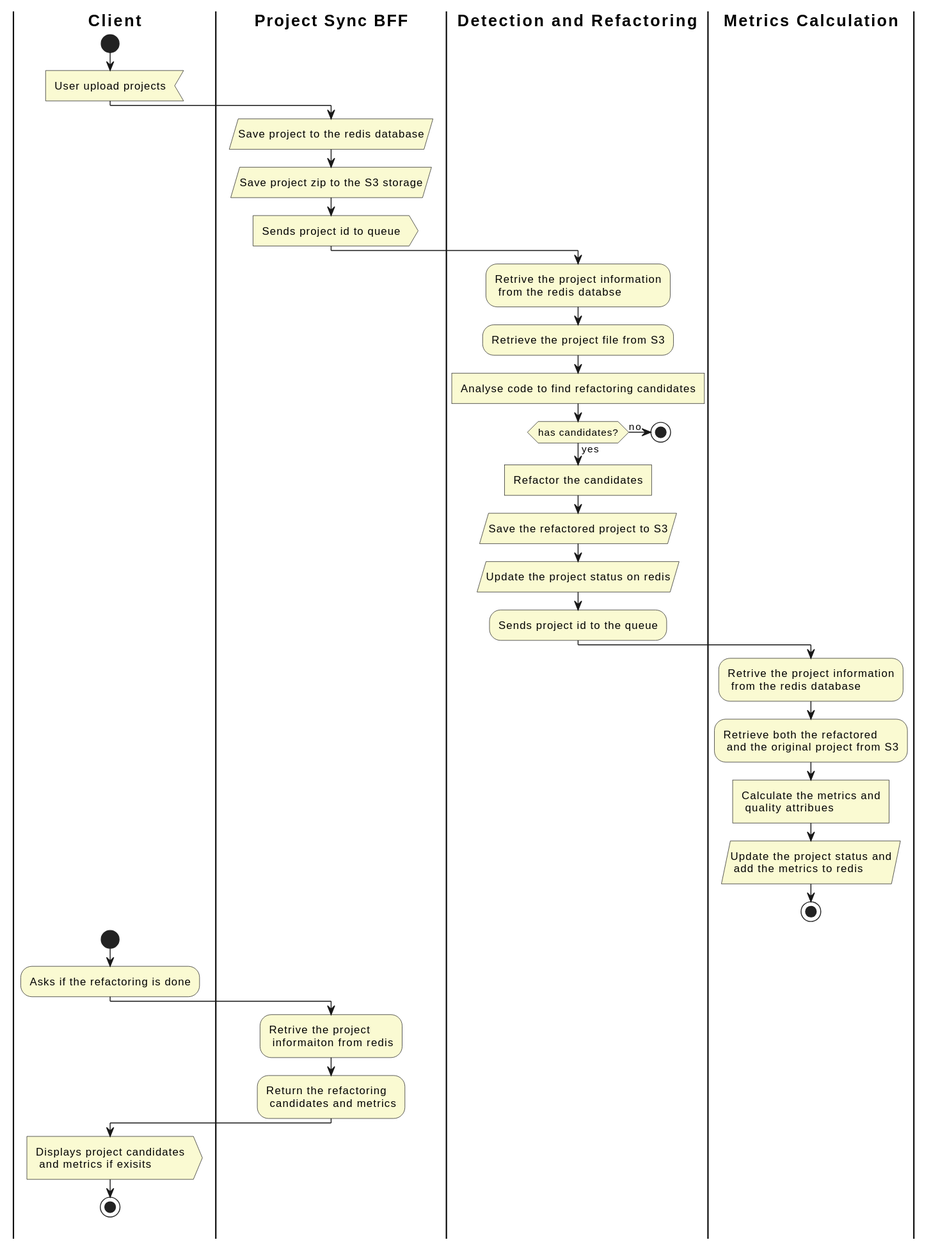
This is Chapter-5/Figures/activity-refactored-rmt.svg from magnuspedro/Master-Thesis, a PlantUML export, as it was before one commit. The source it was exported from:
```plantuml
@startuml
<style>
activity {
  BackgroundColor lightgoldenrodyellow
}
document {
   BackgroundColor white
}
</style>

|**Client**|
start
:User upload projects<

|**Project Sync BFF**|
:Save project to the redis database/
:Save project zip to the S3 storage/
:Sends project id to queue>

|**Detection and Refactoring**|
:Retrive the project information\n from the redis databse;
:Retrieve the project file from S3;
:Analyse code to find refactoring candidates]
if (has candidates?) is (no) then
stop

else(yes)
:Refactor the candidates]
:Save the refactored project to S3/
:Update the project status on redis/
:Sends project id to the queue;

|**Metrics Calculation**|
:Retrive the project information\n from the redis database;
:Retrieve both the refactored\n and the original project from S3;
:Calculate the metrics and\n quality attribues]
:Update the project status and\n add the metrics to redis/
stop

|**Client**|
start
:Asks if the refactoring is done;

|**Project Sync BFF**|
:Retrive the project\n informaiton from redis;
:Return the refactoring\n candidates and metrics;

|**Client**|
:Displays project candidates\n and metrics if exisits>
stop
@enduml
```
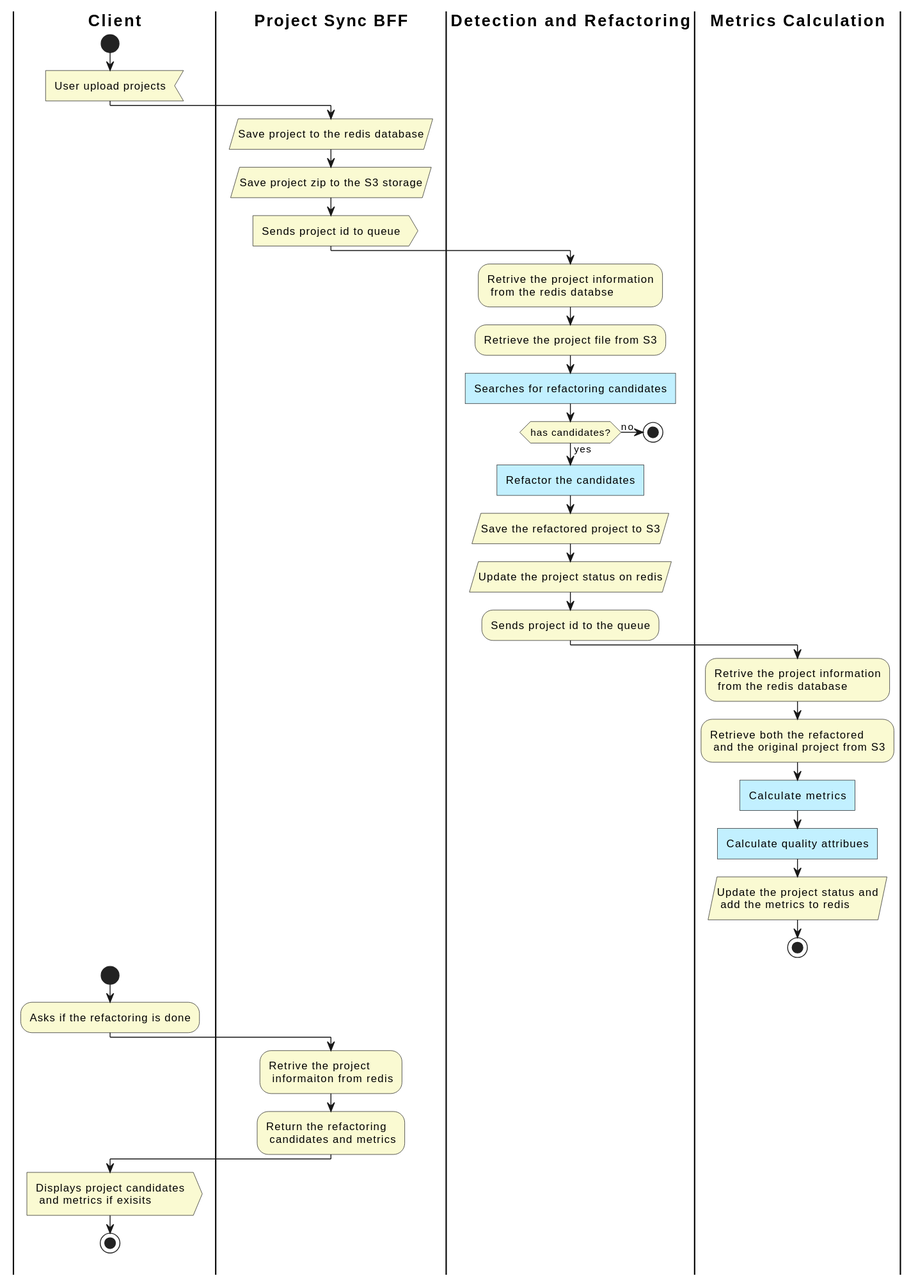
Later version of the same file.

The edit, as a diff of the source:
```diff
@@ -20,12 +20,12 @@
 |**Detection and Refactoring**|
 :Retrive the project information\n from the redis databse;
 :Retrieve the project file from S3;
-:Analyse code to find refactoring candidates]
+#application:Searches for refactoring candidates]
 if (has candidates?) is (no) then
 stop
 
 else(yes)
-:Refactor the candidates]
+#application:Refactor the candidates]
 :Save the refactored project to S3/
 :Update the project status on redis/
 :Sends project id to the queue;
@@ -33,7 +33,8 @@
 |**Metrics Calculation**|
 :Retrive the project information\n from the redis database;
 :Retrieve both the refactored\n and the original project from S3;
-:Calculate the metrics and\n quality attribues]
+#application:Calculate  metrics]
+#application:Calculate quality attribues]
 :Update the project status and\n add the metrics to redis/
 stop
 
```
